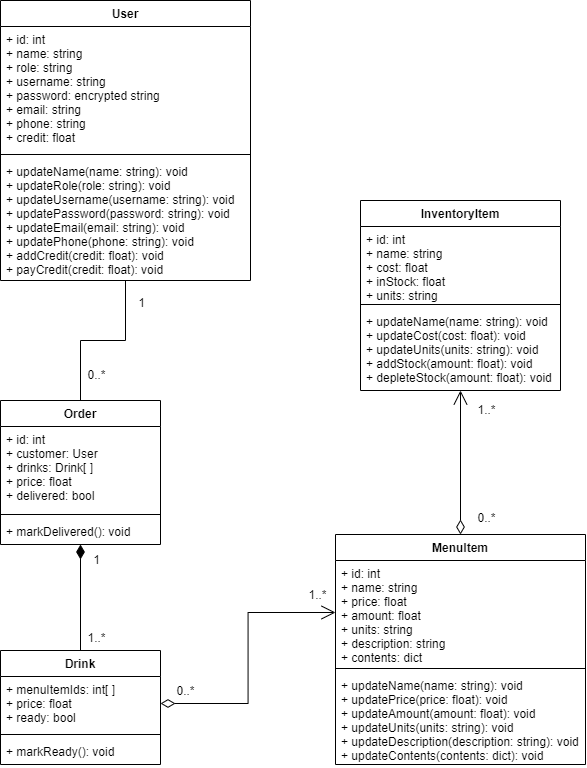
This is docs/Class Diagram.png from logan-nielsen/Frappuccino-Paradise-Group-3, a draw.io export, as it was before one commit. Source tidied: cells renumbered, new cells last; positions are measured from the earlier drawing's top-left corner, leaving out a move shared by most shapes.
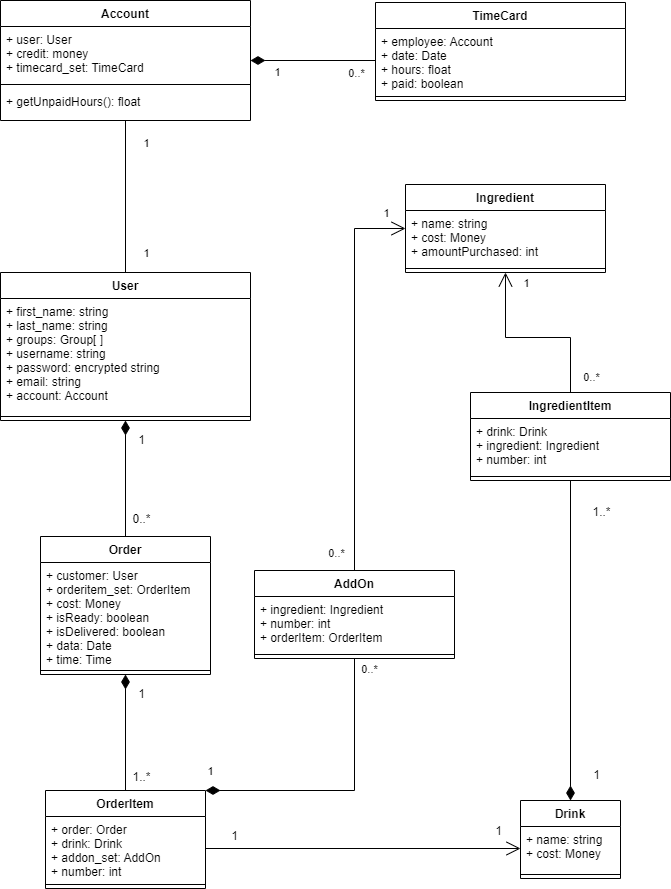
The same diagram one commit later.

Commit message:
Update Class Diagram

The edit, as a diff of the source:
```diff
@@ -2,55 +2,59 @@
   <root>
     <mxCell id="0" />
     <mxCell id="1" parent="0" />
+    <mxCell id="34" style="edgeStyle=orthogonalEdgeStyle;rounded=0;jettySize=auto;html=1;exitX=0.5;exitY=0;exitDx=0;exitDy=0;endArrow=none;endFill=0;endSize=12;" parent="1" edge="1" source="2" target="37">
+      <mxGeometry relative="1" as="geometry" />
+    </mxCell>
+    <mxCell id="35" value="1" style="edgeLabel;html=1;align=center;verticalAlign=middle;" parent="34" vertex="1">
+      <mxGeometry x="0.27" y="-6" relative="1" as="geometry">
+        <mxPoint x="14" y="-33" as="offset" />
+      </mxGeometry>
+    </mxCell>
+    <mxCell id="36" value="1" style="edgeLabel;html=1;align=center;verticalAlign=middle;" parent="34" vertex="1">
+      <mxGeometry x="-0.19" y="-4" relative="1" as="geometry">
+        <mxPoint x="16" y="42" as="offset" />
+      </mxGeometry>
+    </mxCell>
     <mxCell id="2" value="User" style="swimlane;fontStyle=1;align=center;verticalAlign=top;horizontal=1;startSize=26;" parent="1" vertex="1">
-      <mxGeometry width="250" height="280" as="geometry" />
+      <mxGeometry x="-40" y="70" width="250" height="148" as="geometry" />
     </mxCell>
-    <mxCell id="3" value="+ id: int&#10;+ name: string&#10;+ role: string&#10;+ username: string&#10;+ password: encrypted string&#10;+ email: string&#10;+ phone: string&#10;+ credit: float" style="text;strokeColor=none;fillColor=none;align=left;verticalAlign=top;spacingLeft=4;spacingRight=4;overflow=hidden;" parent="2" vertex="1">
-      <mxGeometry y="26" width="250" height="124" as="geometry" />
+    <mxCell id="3" value="+ first_name: string&#10;+ last_name: string&#10;+ groups: Group[ ]&#10;+ username: string&#10;+ password: encrypted string&#10;+ email: string&#10;+ account: Account" style="text;strokeColor=none;fillColor=none;align=left;verticalAlign=top;spacingLeft=4;spacingRight=4;overflow=hidden;" parent="2" vertex="1">
+      <mxGeometry y="26" width="250" height="114" as="geometry" />
     </mxCell>
     <mxCell id="4" style="line;strokeWidth=1;fillColor=none;align=left;verticalAlign=middle;spacingTop=-1;spacingLeft=3;spacingRight=3;labelPosition=right;strokeColor=inherit;" parent="2" vertex="1">
-      <mxGeometry y="150" width="250" height="8" as="geometry" />
+      <mxGeometry y="140" width="250" height="8" as="geometry" />
     </mxCell>
-    <mxCell id="5" value="+ updateName(name: string): void&#10;+ updateRole(role: string): void&#10;+ updateUsername(username: string): void&#10;+ updatePassword(password: string): void&#10;+ updateEmail(email: string): void&#10;+ updatePhone(phone: string): void&#10;+ addCredit(credit: float): void&#10;+ payCredit(credit: float): void" style="text;strokeColor=none;fillColor=none;align=left;verticalAlign=top;spacingLeft=4;spacingRight=4;overflow=hidden;" parent="2" vertex="1">
-      <mxGeometry y="158" width="250" height="122" as="geometry" />
-    </mxCell>
-    <mxCell id="6" value="InventoryItem" style="swimlane;fontStyle=1;align=center;verticalAlign=top;horizontal=1;startSize=26;" parent="1" vertex="1">
-      <mxGeometry x="360" y="200" width="200" height="190" as="geometry" />
+    <mxCell id="6" value="Ingredient" style="swimlane;fontStyle=1;align=center;verticalAlign=top;horizontal=1;startSize=26;" parent="1" vertex="1">
+      <mxGeometry x="365" y="-18" width="200" height="88" as="geometry" />
     </mxCell>
-    <mxCell id="7" value="+ id: int&#10;+ name: string&#10;+ cost: float&#10;+ inStock: float&#10;+ units: string" style="text;strokeColor=none;fillColor=none;align=left;verticalAlign=top;spacingLeft=4;spacingRight=4;overflow=hidden;" parent="6" vertex="1">
-      <mxGeometry y="26" width="200" height="74" as="geometry" />
+    <mxCell id="7" value="+ name: string&#10;+ cost: Money&#10;+ amountPurchased: int" style="text;strokeColor=none;fillColor=none;align=left;verticalAlign=top;spacingLeft=4;spacingRight=4;overflow=hidden;" parent="6" vertex="1">
+      <mxGeometry y="26" width="200" height="54" as="geometry" />
     </mxCell>
     <mxCell id="8" style="line;strokeWidth=1;fillColor=none;align=left;verticalAlign=middle;spacingTop=-1;spacingLeft=3;spacingRight=3;labelPosition=right;strokeColor=inherit;" parent="6" vertex="1">
-      <mxGeometry y="100" width="200" height="8" as="geometry" />
+      <mxGeometry y="80" width="200" height="8" as="geometry" />
     </mxCell>
-    <mxCell id="9" value="+ updateName(name: string): void&#10;+ updateCost(cost: float): void&#10;+ updateUnits(units: string): void&#10;+ addStock(amount: float): void&#10;+ depleteStock(amount: float): void" style="text;strokeColor=none;fillColor=none;align=left;verticalAlign=top;spacingLeft=4;spacingRight=4;overflow=hidden;" parent="6" vertex="1">
-      <mxGeometry y="108" width="200" height="82" as="geometry" />
-    </mxCell>
-    <mxCell id="10" style="edgeStyle=orthogonalEdgeStyle;rounded=0;jettySize=auto;html=1;exitX=0.5;exitY=0;exitDx=0;exitDy=0;endArrow=open;endFill=0;startArrow=diamondThin;startFill=0;endSize=12;startSize=12;" parent="1" edge="1" source="13" target="6">
+    <mxCell id="10" style="edgeStyle=orthogonalEdgeStyle;rounded=0;jettySize=auto;html=1;exitX=0.5;exitY=0;exitDx=0;exitDy=0;endArrow=none;endFill=0;startArrow=diamondThin;startFill=1;endSize=12;startSize=12;" parent="1" edge="1" source="13" target="47">
       <mxGeometry relative="1" as="geometry" />
     </mxCell>
     <mxCell id="11" value="&lt;font style=&quot;font-size: 12px;&quot;&gt;1..*&lt;/font&gt;" style="edgeLabel;html=1;align=center;verticalAlign=middle;" parent="10" vertex="1">
       <mxGeometry x="0.7" y="-2" relative="1" as="geometry">
-        <mxPoint x="23" y="-2" as="offset" />
+        <mxPoint x="28" y="-17" as="offset" />
       </mxGeometry>
     </mxCell>
-    <mxCell id="12" value="0..*" style="edgeLabel;html=1;align=center;verticalAlign=middle;fontSize=12;" parent="10" vertex="1">
+    <mxCell id="12" value="1" style="edgeLabel;html=1;align=center;verticalAlign=middle;fontSize=12;" parent="10" vertex="1">
       <mxGeometry x="-0.89" y="-3" relative="1" as="geometry">
         <mxPoint x="22" y="-8" as="offset" />
       </mxGeometry>
     </mxCell>
-    <mxCell id="13" value="MenuItem" style="swimlane;fontStyle=1;align=center;verticalAlign=top;horizontal=1;startSize=26;" parent="1" vertex="1">
-      <mxGeometry x="335" y="534" width="250" height="230" as="geometry" />
+    <mxCell id="13" value="Drink" style="swimlane;fontStyle=1;align=center;verticalAlign=top;horizontal=1;startSize=26;" parent="1" vertex="1">
+      <mxGeometry x="480" y="598" width="100" height="78" as="geometry" />
     </mxCell>
-    <mxCell id="14" value="+ id: int&#10;+ name: string&#10;+ price: float&#10;+ amount: float&#10;+ units: string&#10;+ description: string&#10;+ contents: dict" style="text;strokeColor=none;fillColor=none;align=left;verticalAlign=top;spacingLeft=4;spacingRight=4;overflow=hidden;points=[[0,0.5],[1,0.5]];portConstraint=eastwest;" parent="13" vertex="1">
-      <mxGeometry y="26" width="250" height="104" as="geometry" />
+    <mxCell id="14" value="+ name: string&#10;+ cost: Money" style="text;strokeColor=none;fillColor=none;align=left;verticalAlign=top;spacingLeft=4;spacingRight=4;overflow=hidden;points=[[0,0.5],[1,0.5]];portConstraint=eastwest;" parent="13" vertex="1">
+      <mxGeometry y="26" width="100" height="44" as="geometry" />
     </mxCell>
     <mxCell id="15" style="line;strokeWidth=1;fillColor=none;align=left;verticalAlign=middle;spacingTop=-1;spacingLeft=3;spacingRight=3;labelPosition=right;strokeColor=inherit;" parent="13" vertex="1">
-      <mxGeometry y="130" width="250" height="8" as="geometry" />
+      <mxGeometry y="70" width="100" height="8" as="geometry" />
     </mxCell>
-    <mxCell id="16" value="+ updateName(name: string): void&#10;+ updatePrice(price: float): void&#10;+ updateAmount(amount: float): void&#10;+ updateUnits(units: string): void&#10;+ updateDescription(description: string): void&#10;+ updateContents(contents: dict): void" style="text;strokeColor=none;fillColor=none;align=left;verticalAlign=top;spacingLeft=4;spacingRight=4;overflow=hidden;" parent="13" vertex="1">
-      <mxGeometry y="138" width="250" height="92" as="geometry" />
-    </mxCell>
     <mxCell id="17" style="edgeStyle=orthogonalEdgeStyle;rounded=0;jettySize=auto;html=1;exitX=0.5;exitY=0;exitDx=0;exitDy=0;endArrow=diamondThin;endFill=1;endSize=12;startSize=12;" parent="1" edge="1" source="27" target="23">
       <mxGeometry relative="1" as="geometry" />
     </mxCell>
@@ -64,7 +68,7 @@
         <mxPoint x="13" y="-22" as="offset" />
       </mxGeometry>
     </mxCell>
-    <mxCell id="20" style="edgeStyle=orthogonalEdgeStyle;rounded=0;jettySize=auto;html=1;exitX=0.5;exitY=0;exitDx=0;exitDy=0;endArrow=none;endFill=0;endSize=12;startSize=12;" parent="1" edge="1" source="23" target="2">
+    <mxCell id="20" style="edgeStyle=orthogonalEdgeStyle;rounded=0;jettySize=auto;html=1;exitX=0.5;exitY=0;exitDx=0;exitDy=0;endArrow=diamondThin;endFill=1;endSize=12;startSize=12;" parent="1" edge="1" source="23" target="2">
       <mxGeometry relative="1" as="geometry" />
     </mxCell>
     <mxCell id="21" value="0..*" style="edgeLabel;html=1;align=center;verticalAlign=middle;fontSize=12;" parent="20" vertex="1">
@@ -78,41 +82,134 @@
       </mxGeometry>
     </mxCell>
     <mxCell id="23" value="Order" style="swimlane;fontStyle=1;align=center;verticalAlign=top;horizontal=1;startSize=26;" parent="1" vertex="1">
-      <mxGeometry y="400" width="160" height="144" as="geometry" />
+      <mxGeometry y="334" width="170" height="138" as="geometry" />
     </mxCell>
-    <mxCell id="24" value="+ id: int&#10;+ customer: User&#10;+ drinks: Drink[ ]&#10;+ price: float&#10;+ delivered: bool" style="text;strokeColor=none;fillColor=none;align=left;verticalAlign=top;spacingLeft=4;spacingRight=4;overflow=hidden;" parent="23" vertex="1">
-      <mxGeometry y="26" width="160" height="84" as="geometry" />
+    <mxCell id="24" value="+ customer: User&#10;+ orderitem_set: OrderItem&#10;+ cost: Money&#10;+ isReady: boolean&#10;+ isDelivered: boolean&#10;+ data: Date&#10;+ time: Time" style="text;strokeColor=none;fillColor=none;align=left;verticalAlign=top;spacingLeft=4;spacingRight=4;overflow=hidden;" parent="23" vertex="1">
+      <mxGeometry y="26" width="170" height="104" as="geometry" />
     </mxCell>
     <mxCell id="25" style="line;strokeWidth=1;fillColor=none;align=left;verticalAlign=middle;spacingTop=-1;spacingLeft=3;spacingRight=3;labelPosition=right;strokeColor=inherit;" parent="23" vertex="1">
-      <mxGeometry y="110" width="160" height="8" as="geometry" />
+      <mxGeometry y="130" width="170" height="8" as="geometry" />
     </mxCell>
-    <mxCell id="26" value="+ markDelivered(): void" style="text;strokeColor=none;fillColor=none;align=left;verticalAlign=top;spacingLeft=4;spacingRight=4;overflow=hidden;" parent="23" vertex="1">
-      <mxGeometry y="118" width="160" height="26" as="geometry" />
-    </mxCell>
-    <mxCell id="27" value="Drink" style="swimlane;fontStyle=1;align=center;verticalAlign=top;horizontal=1;startSize=26;" parent="1" vertex="1">
-      <mxGeometry y="650" width="160" height="114" as="geometry" />
+    <mxCell id="27" value="OrderItem" style="swimlane;fontStyle=1;align=center;verticalAlign=top;horizontal=1;startSize=26;" parent="1" vertex="1">
+      <mxGeometry x="5" y="588" width="160" height="98" as="geometry" />
     </mxCell>
-    <mxCell id="28" value="+ menuItemIds: int[ ]&#10;+ price: float&#10;+ ready: bool" style="text;strokeColor=none;fillColor=none;align=left;verticalAlign=top;spacingLeft=4;spacingRight=4;overflow=hidden;points=[[0,0.5],[1,0.5]];portConstraint=eastwest;" parent="27" vertex="1">
-      <mxGeometry y="26" width="160" height="54" as="geometry" />
+    <mxCell id="28" value="+ order: Order&#10;+ drink: Drink&#10;+ addon_set: AddOn&#10;+ number: int" style="text;strokeColor=none;fillColor=none;align=left;verticalAlign=top;spacingLeft=4;spacingRight=4;overflow=hidden;points=[[0,0.5],[1,0.5]];portConstraint=eastwest;" parent="27" vertex="1">
+      <mxGeometry y="26" width="160" height="64" as="geometry" />
     </mxCell>
     <mxCell id="29" style="line;strokeWidth=1;fillColor=none;align=left;verticalAlign=middle;spacingTop=-1;spacingLeft=3;spacingRight=3;labelPosition=right;strokeColor=inherit;" parent="27" vertex="1">
-      <mxGeometry y="80" width="160" height="8" as="geometry" />
+      <mxGeometry y="90" width="160" height="8" as="geometry" />
     </mxCell>
-    <mxCell id="30" value="+ markReady(): void" style="text;strokeColor=none;fillColor=none;align=left;verticalAlign=top;spacingLeft=4;spacingRight=4;overflow=hidden;" parent="27" vertex="1">
-      <mxGeometry y="88" width="160" height="26" as="geometry" />
-    </mxCell>
-    <mxCell id="31" style="edgeStyle=orthogonalEdgeStyle;rounded=0;jettySize=auto;html=1;exitX=1;exitY=0.5;exitDx=0;exitDy=0;endSize=12;startSize=12;endArrow=open;endFill=0;startArrow=diamondThin;startFill=0;" parent="1" edge="1" source="28" target="14">
+    <mxCell id="31" style="edgeStyle=orthogonalEdgeStyle;rounded=0;jettySize=auto;html=1;exitX=1;exitY=0.5;exitDx=0;exitDy=0;endSize=12;startSize=12;endArrow=open;endFill=0;startArrow=none;startFill=0;" parent="1" edge="1" source="28" target="14">
       <mxGeometry relative="1" as="geometry" />
     </mxCell>
-    <mxCell id="32" value="1..*" style="edgeLabel;html=1;align=center;verticalAlign=middle;fontSize=12;" parent="31" vertex="1">
+    <mxCell id="32" value="1" style="edgeLabel;html=1;align=center;verticalAlign=middle;fontSize=12;" parent="31" vertex="1">
       <mxGeometry x="0.86" y="-1" relative="1" as="geometry">
         <mxPoint y="-19" as="offset" />
       </mxGeometry>
     </mxCell>
-    <mxCell id="33" value="0..*" style="edgeLabel;html=1;align=center;verticalAlign=middle;fontSize=12;" parent="31" vertex="1">
+    <mxCell id="33" value="1" style="edgeLabel;html=1;align=center;verticalAlign=middle;fontSize=12;" parent="31" vertex="1">
       <mxGeometry x="-0.82" y="-2" relative="1" as="geometry">
         <mxPoint y="-15" as="offset" />
       </mxGeometry>
     </mxCell>
+    <mxCell id="37" value="Account" style="swimlane;fontStyle=1;align=center;verticalAlign=top;horizontal=1;startSize=26;" parent="1" vertex="1">
+      <mxGeometry x="-40" y="-202" width="250" height="120" as="geometry" />
+    </mxCell>
+    <mxCell id="38" value="+ user: User&#10;+ credit: money&#10;+ timecard_set: TimeCard" style="text;strokeColor=none;fillColor=none;align=left;verticalAlign=top;spacingLeft=4;spacingRight=4;overflow=hidden;" parent="37" vertex="1">
+      <mxGeometry y="26" width="250" height="54" as="geometry" />
+    </mxCell>
+    <mxCell id="39" style="line;strokeWidth=1;fillColor=none;align=left;verticalAlign=middle;spacingTop=-1;spacingLeft=3;spacingRight=3;labelPosition=right;strokeColor=inherit;" parent="37" vertex="1">
+      <mxGeometry y="80" width="250" height="8" as="geometry" />
+    </mxCell>
+    <mxCell id="40" value="+ getUnpaidHours(): float" style="text;strokeColor=none;fillColor=none;align=left;verticalAlign=top;spacingLeft=4;spacingRight=4;overflow=hidden;" parent="37" vertex="1">
+      <mxGeometry y="88" width="250" height="32" as="geometry" />
+    </mxCell>
+    <mxCell id="41" value="TimeCard" style="swimlane;fontStyle=1;align=center;verticalAlign=top;horizontal=1;startSize=26;" parent="1" vertex="1">
+      <mxGeometry x="335" y="-200" width="250" height="98" as="geometry" />
+    </mxCell>
+    <mxCell id="42" value="+ employee: Account&#10;+ date: Date&#10;+ hours: float&#10;+ paid: boolean" style="text;strokeColor=none;fillColor=none;align=left;verticalAlign=top;spacingLeft=4;spacingRight=4;overflow=hidden;points=[[0,0.5],[1,0.5]];portConstraint=eastwest;" parent="41" vertex="1">
+      <mxGeometry y="26" width="250" height="64" as="geometry" />
+    </mxCell>
+    <mxCell id="43" style="line;strokeWidth=1;fillColor=none;align=left;verticalAlign=middle;spacingTop=-1;spacingLeft=3;spacingRight=3;labelPosition=right;strokeColor=inherit;" parent="41" vertex="1">
+      <mxGeometry y="90" width="250" height="8" as="geometry" />
+    </mxCell>
+    <mxCell id="44" style="edgeStyle=orthogonalEdgeStyle;rounded=0;jettySize=auto;html=1;exitX=0.5;exitY=0;exitDx=0;exitDy=0;endArrow=open;endFill=0;endSize=12;" parent="1" edge="1" source="47" target="6">
+      <mxGeometry relative="1" as="geometry" />
+    </mxCell>
+    <mxCell id="45" value="1" style="edgeLabel;html=1;align=center;verticalAlign=middle;" parent="44" vertex="1">
+      <mxGeometry x="0.84" y="-2" relative="1" as="geometry">
+        <mxPoint x="18" y="-4" as="offset" />
+      </mxGeometry>
+    </mxCell>
+    <mxCell id="46" value="0..*" style="edgeLabel;html=1;align=center;verticalAlign=middle;" parent="44" vertex="1">
+      <mxGeometry x="-0.82" y="-6" relative="1" as="geometry">
+        <mxPoint x="14" as="offset" />
+      </mxGeometry>
+    </mxCell>
+    <mxCell id="47" value="IngredientItem" style="swimlane;fontStyle=1;align=center;verticalAlign=top;horizontal=1;startSize=26;" parent="1" vertex="1">
+      <mxGeometry x="430" y="190" width="200" height="88" as="geometry" />
+    </mxCell>
+    <mxCell id="48" value="+ drink: Drink&#10;+ ingredient: Ingredient&#10;+ number: int" style="text;strokeColor=none;fillColor=none;align=left;verticalAlign=top;spacingLeft=4;spacingRight=4;overflow=hidden;" parent="47" vertex="1">
+      <mxGeometry y="26" width="200" height="54" as="geometry" />
+    </mxCell>
+    <mxCell id="49" style="line;strokeWidth=1;fillColor=none;align=left;verticalAlign=middle;spacingTop=-1;spacingLeft=3;spacingRight=3;labelPosition=right;strokeColor=inherit;" parent="47" vertex="1">
+      <mxGeometry y="80" width="200" height="8" as="geometry" />
+    </mxCell>
+    <mxCell id="50" style="edgeStyle=orthogonalEdgeStyle;rounded=0;jettySize=auto;html=1;endArrow=open;endFill=0;startArrow=none;startFill=0;endSize=12;" parent="1" edge="1" source="56" target="6">
+      <mxGeometry relative="1" as="geometry">
+        <Array as="points">
+          <mxPoint x="314" y="26" />
+        </Array>
+      </mxGeometry>
+    </mxCell>
+    <mxCell id="51" value="0..*" style="edgeLabel;html=1;align=center;verticalAlign=middle;" parent="50" vertex="1">
+      <mxGeometry x="-0.25" relative="1" as="geometry">
+        <mxPoint x="-19" y="129" as="offset" />
+      </mxGeometry>
+    </mxCell>
+    <mxCell id="52" value="1" style="edgeLabel;html=1;align=center;verticalAlign=middle;" parent="50" vertex="1">
+      <mxGeometry x="0.63" y="-1" relative="1" as="geometry">
+        <mxPoint x="30" y="-38" as="offset" />
+      </mxGeometry>
+    </mxCell>
+    <mxCell id="53" style="edgeStyle=orthogonalEdgeStyle;rounded=0;jettySize=auto;html=1;exitX=0.5;exitY=1;exitDx=0;exitDy=0;entryX=1;entryY=0;entryDx=0;entryDy=0;endArrow=diamondThin;endFill=1;endSize=12;" parent="1" edge="1" source="56" target="27">
+      <mxGeometry relative="1" as="geometry">
+        <Array as="points">
+          <mxPoint x="314" y="588" />
+        </Array>
+      </mxGeometry>
+    </mxCell>
+    <mxCell id="54" value="0..*" style="edgeLabel;html=1;align=center;verticalAlign=middle;" parent="53" vertex="1">
+      <mxGeometry x="-0.83" y="2" relative="1" as="geometry">
+        <mxPoint x="12" y="-14" as="offset" />
+      </mxGeometry>
+    </mxCell>
+    <mxCell id="55" value="1" style="edgeLabel;html=1;align=center;verticalAlign=middle;" parent="53" vertex="1">
+      <mxGeometry x="0.82" y="-3" relative="1" as="geometry">
+        <mxPoint x="-22" y="-17" as="offset" />
+      </mxGeometry>
+    </mxCell>
+    <mxCell id="56" value="AddOn" style="swimlane;fontStyle=1;align=center;verticalAlign=top;horizontal=1;startSize=26;" parent="1" vertex="1">
+      <mxGeometry x="214" y="368" width="200" height="88" as="geometry" />
+    </mxCell>
+    <mxCell id="57" value="+ ingredient: Ingredient&#10;+ number: int&#10;+ orderItem: OrderItem" style="text;strokeColor=none;fillColor=none;align=left;verticalAlign=top;spacingLeft=4;spacingRight=4;overflow=hidden;" parent="56" vertex="1">
+      <mxGeometry y="26" width="200" height="54" as="geometry" />
+    </mxCell>
+    <mxCell id="58" style="line;strokeWidth=1;fillColor=none;align=left;verticalAlign=middle;spacingTop=-1;spacingLeft=3;spacingRight=3;labelPosition=right;strokeColor=inherit;" parent="56" vertex="1">
+      <mxGeometry y="80" width="200" height="8" as="geometry" />
+    </mxCell>
+    <mxCell id="59" style="edgeStyle=orthogonalEdgeStyle;rounded=0;jettySize=auto;html=1;exitX=0;exitY=0.5;exitDx=0;exitDy=0;endArrow=diamondThin;endFill=1;endSize=12;" parent="1" edge="1" source="42" target="37">
+      <mxGeometry relative="1" as="geometry" />
+    </mxCell>
+    <mxCell id="60" value="0..*" style="edgeLabel;html=1;align=center;verticalAlign=middle;" parent="59" vertex="1">
+      <mxGeometry x="0.28" y="2" relative="1" as="geometry">
+        <mxPoint x="60" y="10" as="offset" />
+      </mxGeometry>
+    </mxCell>
+    <mxCell id="61" value="1" style="edgeLabel;html=1;align=center;verticalAlign=middle;" parent="59" vertex="1">
+      <mxGeometry x="0.26" y="-3" relative="1" as="geometry">
+        <mxPoint x="-20" y="14" as="offset" />
+      </mxGeometry>
+    </mxCell>
   </root>
 </mxGraphModel>
```
